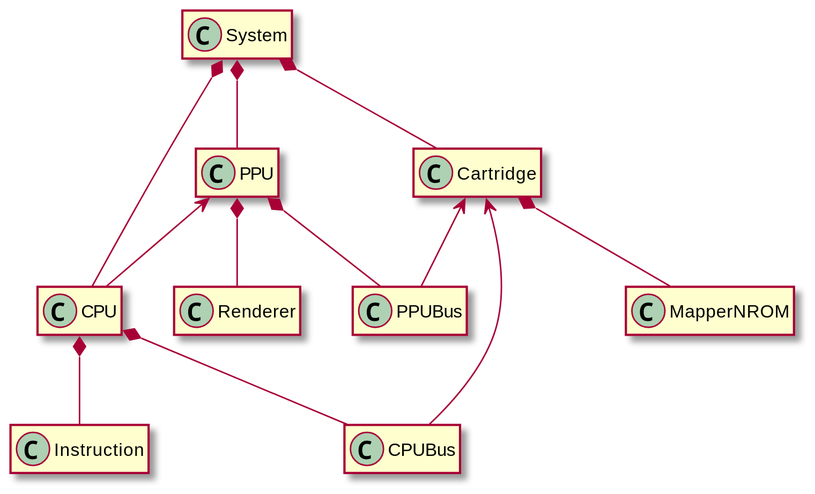
The PlantUML diagram doc/project_overview/project_overview.svg in Enigma717/yume-nes, before a commit. The source it was exported from:
```plantuml
@startuml project_overview
scale 2
hide empty members

class System

class CPU
class CPUBus
class Instruction

class PPU
class PPUBus
class Renderer

class Cartridge
class MapperNROM


System *-- CPU
System *-- PPU
System *-- Cartridge

CPU *-- CPUBus
CPU *-- Instruction

PPU *-- PPUBus
PPU *-- Renderer
PPU <-- CPU

Cartridge *-- MapperNROM
Cartridge <-- CPUBus
Cartridge <-- PPUBus
@enduml
```
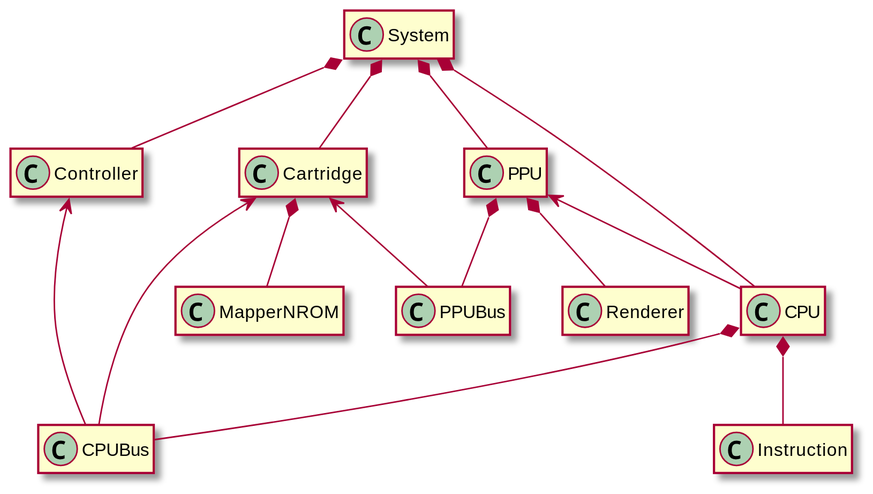
The same file after the commit.

Commit message:
Add Controller class diagram

Diff of the diagram source:
```diff
@@ -3,6 +3,7 @@
 hide empty members
 
 class System
+class Controller
 
 class CPU
 class CPUBus
@@ -19,6 +20,8 @@
 System *-- CPU
 System *-- PPU
 System *-- Cartridge
+System *-- Controller
+Controller <-- CPUBus
 
 CPU *-- CPUBus
 CPU *-- Instruction
```
